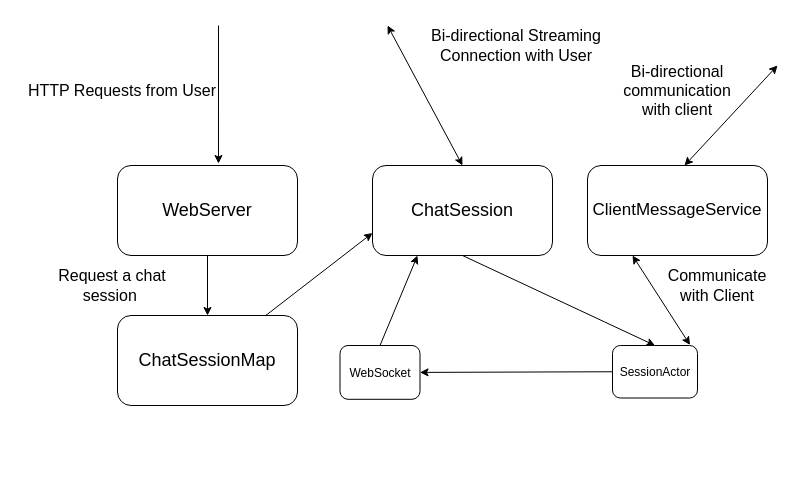
Before: Untitled Diagram.drawio in nsadeh/scala-battleship, a draw.io diagram. Source tidied: cells renumbered, new cells numbered last; positions are measured from the earlier drawing's top-left corner, leaving out a move shared by most shapes. Both pictures are drawn from the tidied source at 100%, with x=0, y=0 at pixel (17, 25).
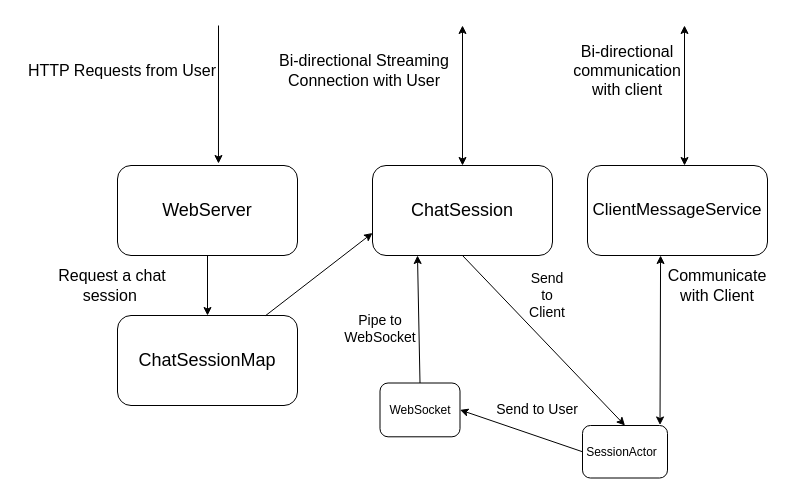
The same page after the edit.

The change refers to these unchanged cells:
```xml
<mxCell id="6" style="rounded=1;whiteSpace=wrap;html=1;" parent="1" vertex="1">
  <mxGeometry x="570" y="140" width="180" height="90" as="geometry" />
</mxCell>
<mxCell id="7" style="rounded=1;whiteSpace=wrap;html=1;" parent="1" vertex="1">
  <mxGeometry x="355" y="140" width="180" height="90" as="geometry" />
</mxCell>
```

The edit, as a diff of the source:
```diff
@@
     <mxCell id="2" style="rounded=1;whiteSpace=wrap;html=1;" parent="1" vertex="1">
-      <mxGeometry x="322.5" y="320" width="80" height="53.8" as="geometry" />
+      <mxGeometry x="362.5" y="357.5" width="80" height="53.8" as="geometry" />
     </mxCell>
@@
     <mxCell id="4" style="rounded=1;whiteSpace=wrap;html=1;" parent="1" vertex="1">
-      <mxGeometry x="595" y="320" width="85" height="52.5" as="geometry" />
+      <mxGeometry x="565" y="400" width="85" height="52.5" as="geometry" />
     </mxCell>
@@
     <mxCell id="10" value="&lt;font style=&quot;font-size: 16px&quot;&gt;HTTP Requests from User&lt;/font&gt;" style="text;html=1;strokeColor=none;fillColor=none;align=center;verticalAlign=middle;whiteSpace=wrap;rounded=0;" parent="1" vertex="1">
-      <mxGeometry y="40" width="210" height="50" as="geometry" />
+      <mxGeometry y="20" width="210" height="50" as="geometry" />
     </mxCell>
@@
     <mxCell id="15" style="endArrow=classic;startArrow=classic;html=1;exitX=0.5;exitY=0;exitDx=0;exitDy=0;" parent="1" edge="1" source="7">
       <mxGeometry relative="1" as="geometry">
-        <mxPoint x="370" as="targetPoint" />
+        <mxPoint x="445" as="targetPoint" />
       </mxGeometry>
     </mxCell>
@@
     <mxCell id="17" value="&lt;font style=&quot;font-size: 16px&quot;&gt;Bi-directional Streaming Connection with User&lt;/font&gt;" style="text;html=1;strokeColor=none;fillColor=none;align=center;verticalAlign=middle;whiteSpace=wrap;rounded=0;" parent="1" vertex="1">
-      <mxGeometry x="380" y="10" width="237.5" height="20" as="geometry" />
+      <mxGeometry x="227.5" y="35" width="237.5" height="20" as="geometry" />
     </mxCell>
     <mxCell id="18" style="endArrow=classic;startArrow=classic;html=1;exitX=0.539;exitY=0;exitDx=0;exitDy=0;exitPerimeter=0;" parent="1" edge="1" source="6">
       <mxGeometry relative="1" as="geometry">
-        <mxPoint x="760" y="40" as="targetPoint" />
+        <mxPoint x="667" as="targetPoint" />
       </mxGeometry>
     </mxCell>
@@
-    <mxCell id="22" style="endArrow=classic;startArrow=classic;html=1;entryX=0.25;entryY=1;entryDx=0;entryDy=0;exitX=0.912;exitY=-0.01;exitDx=0;exitDy=0;exitPerimeter=0;" parent="1" edge="1" source="4" target="6">
+    <mxCell id="22" style="endArrow=classic;startArrow=classic;html=1;exitX=0.912;exitY=-0.01;exitDx=0;exitDy=0;exitPerimeter=0;entryX=0.406;entryY=1;entryDx=0;entryDy=0;entryPerimeter=0;" parent="1" edge="1" source="4" target="6">
       <mxGeometry relative="1" as="geometry" />
     </mxCell>
@@
     <mxCell id="25" value="WebSocket" style="text;html=1;strokeColor=none;fillColor=none;align=center;verticalAlign=middle;whiteSpace=wrap;rounded=0;" parent="1" vertex="1">
-      <mxGeometry x="342.5" y="337.5" width="40" height="20" as="geometry" />
+      <mxGeometry x="382.5" y="375" width="40" height="20" as="geometry" />
     </mxCell>
     <mxCell id="26" value="SessionActor" style="text;html=1;strokeColor=none;fillColor=none;align=center;verticalAlign=middle;whiteSpace=wrap;rounded=0;" parent="1" vertex="1">
-      <mxGeometry x="617.5" y="336.9" width="40" height="20" as="geometry" />
+      <mxGeometry x="587.5" y="416.9" width="32.5" height="20" as="geometry" />
     </mxCell>
     <mxCell id="27" value="&lt;font style=&quot;font-size: 16px&quot;&gt;Bi-directional communication with client&lt;/font&gt;" style="text;html=1;strokeColor=none;fillColor=none;align=center;verticalAlign=middle;whiteSpace=wrap;rounded=0;" parent="1" vertex="1">
-      <mxGeometry x="640" y="55" width="40" height="20" as="geometry" />
+      <mxGeometry x="590" y="32.5" width="40" height="25" as="geometry" />
     </mxCell>
+    <mxCell id="28" value="&lt;font style=&quot;font-size: 14px&quot;&gt;Send to Client&lt;/font&gt;" style="text;html=1;strokeColor=none;fillColor=none;align=center;verticalAlign=middle;whiteSpace=wrap;rounded=0;" parent="1" vertex="1">
+      <mxGeometry x="510" y="260" width="40" height="20" as="geometry" />
+    </mxCell>
+    <mxCell id="29" value="&lt;font style=&quot;font-size: 14px&quot;&gt;Send to User&lt;/font&gt;" style="text;html=1;strokeColor=none;fillColor=none;align=center;verticalAlign=middle;whiteSpace=wrap;rounded=0;" parent="1" vertex="1">
+      <mxGeometry x="450" y="374.4" width="140" height="20" as="geometry" />
+    </mxCell>
+    <mxCell id="30" value="&lt;font style=&quot;font-size: 14px&quot;&gt;Pipe to WebSocket&lt;/font&gt;" style="text;html=1;strokeColor=none;fillColor=none;align=center;verticalAlign=middle;whiteSpace=wrap;rounded=0;" parent="1" vertex="1">
+      <mxGeometry x="342.5" y="292.5" width="40" height="20" as="geometry" />
+    </mxCell>
```
